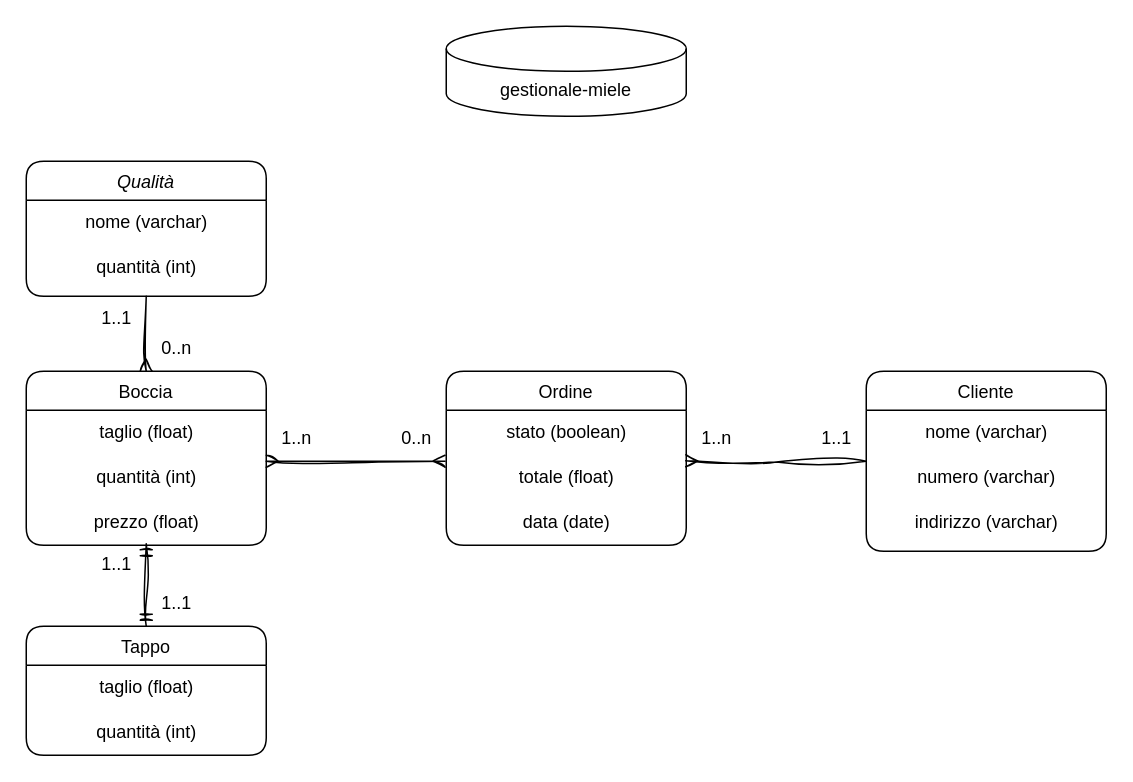
Above: gestionale-miele.drawio in DanieleSpuria/gestionale-miele (draw.io), before the change. Source tidied: cells renumbered, new cells numbered last; positions are measured from the earlier drawing's top-left corner, leaving out a move shared by most shapes. Both pictures are drawn from the tidied source at 150%, with x=0, y=0 at pixel (26, 26).
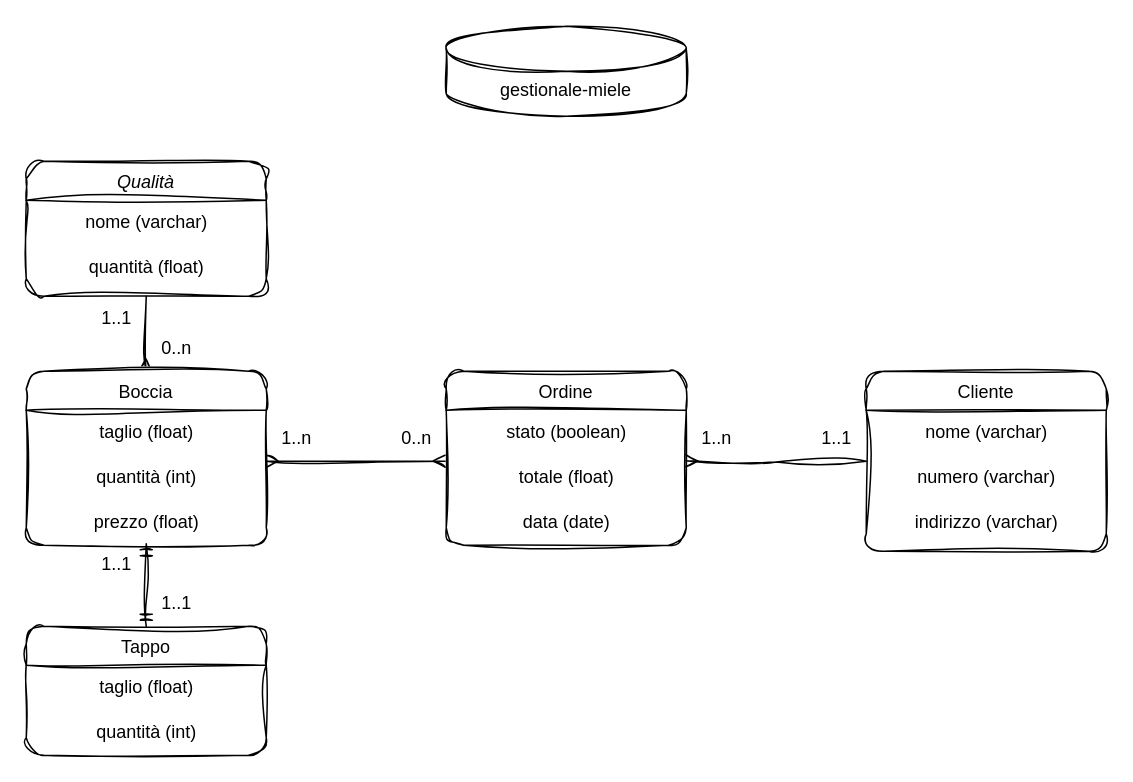
The same page after the edit.

Change to the diagram source:
```diff
@@
-    <mxCell id="2" value="Qualità" style="swimlane;fontStyle=2;align=center;verticalAlign=top;horizontal=1;startSize=26;rounded=1;shadow=0;strokeWidth=1;glass=0;swimlaneLine=1;gradientColor=none;" parent="1" vertex="1">
+    <mxCell id="2" value="Qualità" style="swimlane;fontStyle=2;align=center;verticalAlign=top;horizontal=1;startSize=26;rounded=1;shadow=0;strokeWidth=1;glass=0;swimlaneLine=1;gradientColor=none;sketch=1;curveFitting=1;jiggle=2;" parent="1" vertex="1">
       <mxGeometry y="90" width="160" height="90" as="geometry" />
     </mxCell>
-    <mxCell id="3" value="nome (varchar)" style="text;html=1;align=center;verticalAlign=middle;strokeColor=none;fillColor=none;" parent="2" vertex="1">
+    <mxCell id="3" value="nome (varchar)" style="text;html=1;align=center;verticalAlign=middle;strokeColor=none;fillColor=none;sketch=1;curveFitting=1;jiggle=2;" parent="2" vertex="1">
       <mxGeometry y="26" width="160" height="30" as="geometry" />
     </mxCell>
-    <mxCell id="4" value="quantità (int)" style="text;html=1;align=center;verticalAlign=middle;strokeColor=none;fillColor=none;" parent="2" vertex="1">
+    <mxCell id="4" value="quantità (float)" style="text;html=1;align=center;verticalAlign=middle;strokeColor=none;fillColor=none;sketch=1;curveFitting=1;jiggle=2;" parent="2" vertex="1">
       <mxGeometry y="56" width="160" height="30" as="geometry" />
     </mxCell>
@@
-    <mxCell id="6" value="Boccia" style="swimlane;fontStyle=0;align=center;verticalAlign=top;horizontal=1;startSize=26;rounded=1;shadow=0;strokeWidth=1;gradientColor=none;" parent="1" vertex="1">
+    <mxCell id="6" value="Boccia" style="swimlane;fontStyle=0;align=center;verticalAlign=top;horizontal=1;startSize=26;rounded=1;shadow=0;strokeWidth=1;gradientColor=none;sketch=1;curveFitting=1;jiggle=2;" parent="1" vertex="1">
       <mxGeometry y="230" width="160" height="116" as="geometry" />
     </mxCell>
-    <mxCell id="7" value="taglio (float)" style="text;html=1;align=center;verticalAlign=middle;strokeColor=none;fillColor=none;" parent="6" vertex="1">
+    <mxCell id="7" value="taglio (float)" style="text;html=1;align=center;verticalAlign=middle;strokeColor=none;fillColor=none;sketch=1;curveFitting=1;jiggle=2;" parent="6" vertex="1">
       <mxGeometry y="26" width="160" height="30" as="geometry" />
     </mxCell>
@@
-    <mxCell id="10" value="Cliente" style="swimlane;fontStyle=0;align=center;verticalAlign=top;horizontal=1;startSize=26;rounded=1;shadow=0;strokeWidth=1;gradientColor=none;" parent="1" vertex="1">
+    <mxCell id="10" value="Cliente" style="swimlane;fontStyle=0;align=center;verticalAlign=top;horizontal=1;startSize=26;rounded=1;shadow=0;strokeWidth=1;gradientColor=none;sketch=1;curveFitting=1;jiggle=2;" parent="1" vertex="1">
       <mxGeometry x="560" y="230" width="160" height="120" as="geometry" />
     </mxCell>
@@
-    <mxCell id="14" value="Ordine&#10;" style="swimlane;fontStyle=0;align=center;verticalAlign=top;horizontal=1;startSize=26;rounded=1;shadow=0;strokeWidth=1;gradientColor=none;" parent="1" vertex="1">
+    <mxCell id="14" value="Ordine&#10;" style="swimlane;fontStyle=0;align=center;verticalAlign=top;horizontal=1;startSize=26;rounded=1;shadow=0;strokeWidth=1;gradientColor=none;sketch=1;curveFitting=1;jiggle=2;" parent="1" vertex="1">
       <mxGeometry x="280" y="230" width="160" height="116" as="geometry" />
     </mxCell>
@@
-    <mxCell id="18" value="gestionale-miele" style="shape=cylinder3;whiteSpace=wrap;html=1;boundedLbl=1;backgroundOutline=1;size=15;gradientColor=none;" parent="1" vertex="1">
+    <mxCell id="18" value="gestionale-miele" style="shape=cylinder3;whiteSpace=wrap;html=1;boundedLbl=1;backgroundOutline=1;size=15;gradientColor=none;sketch=1;curveFitting=1;jiggle=2;" parent="1" vertex="1">
       <mxGeometry x="280" width="160" height="60" as="geometry" />
     </mxCell>
-    <mxCell id="19" value="Tappo" style="swimlane;fontStyle=0;align=center;verticalAlign=top;horizontal=1;startSize=26;rounded=1;shadow=0;strokeWidth=1;gradientColor=none;" parent="1" vertex="1">
+    <mxCell id="19" value="Tappo" style="swimlane;fontStyle=0;align=center;verticalAlign=top;horizontal=1;startSize=26;rounded=1;shadow=0;strokeWidth=1;gradientColor=none;sketch=1;curveFitting=1;jiggle=2;" parent="1" vertex="1">
       <mxGeometry y="400" width="160" height="86" as="geometry" />
     </mxCell>
```
